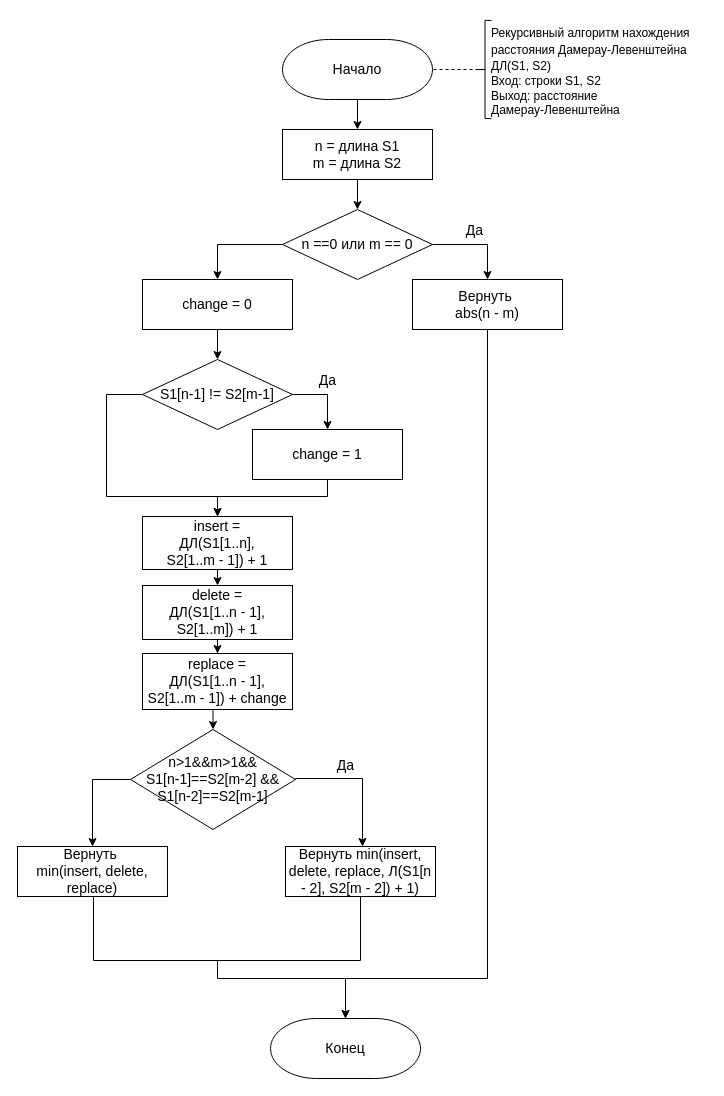
Earlier version of the draw.io diagram page "Д.-Л. Рекурсия" (2 of 5) of lab_01/docs/img/algoritms.drawio (Ananasiika/bmstu-aa). Source tidied: cells renumbered, new cells numbered last; positions are measured from the earlier drawing's top-left corner, leaving out a move shared by most shapes. Both pictures are drawn from the tidied source at 100%, with x=0, y=0 at pixel (17, 17).
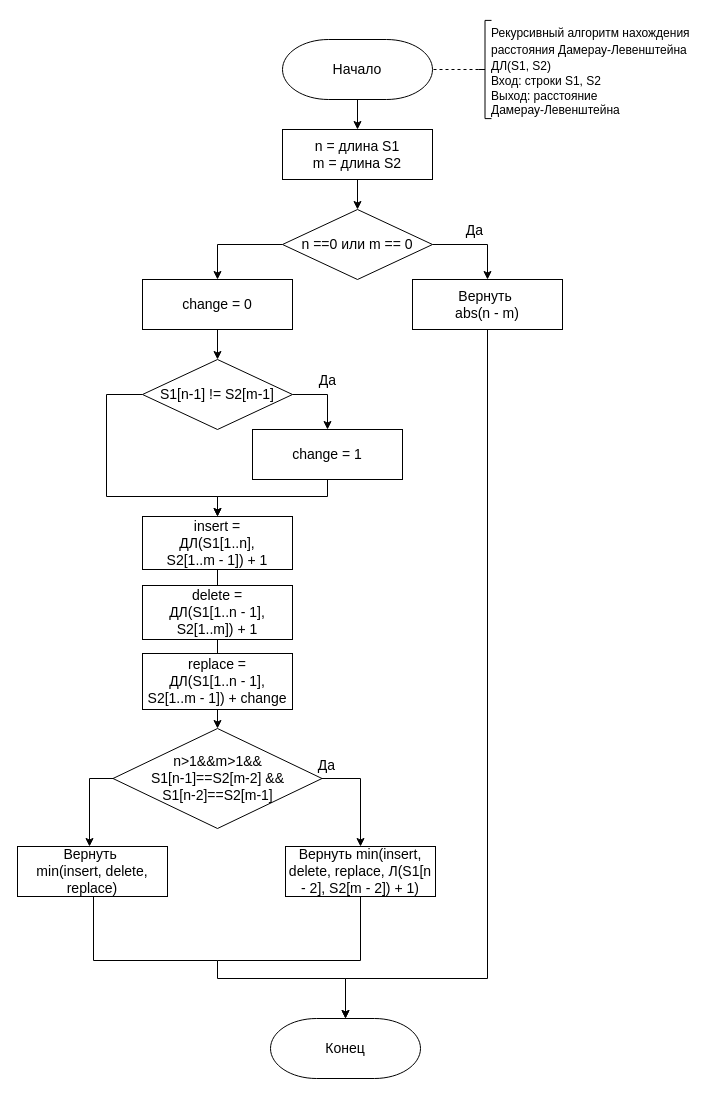
Above is the later version.

The change refers to these unchanged cells:
```xml
<mxCell id="25" value="&lt;font style=&quot;font-size: 14px;&quot;&gt;insert = &lt;br style=&quot;font-size: 14px;&quot;&gt;ДЛ(S1[1..n], &lt;br&gt;S2[1..m - 1]) + 1&lt;/font&gt;" style="rounded=0;whiteSpace=wrap;html=1;absoluteArcSize=1;arcSize=14;strokeWidth=1;fontSize=14;" parent="1" vertex="1">
  <mxGeometry x="125" y="499" width="150" height="53" as="geometry" />
</mxCell>
<mxCell id="27" value="&lt;font style=&quot;font-size: 14px;&quot;&gt;delete = &lt;br style=&quot;font-size: 14px;&quot;&gt;ДЛ(S1[1..n - 1], S2[1..m]) + 1&lt;/font&gt;" style="rounded=0;whiteSpace=wrap;html=1;absoluteArcSize=1;arcSize=14;strokeWidth=1;fontSize=14;" parent="1" vertex="1">
  <mxGeometry x="125" y="568" width="150" height="54" as="geometry" />
</mxCell>
<mxCell id="29" value="&lt;font style=&quot;font-size: 14px;&quot;&gt;replace = &lt;br style=&quot;font-size: 14px;&quot;&gt;ДЛ(S1[1..n - 1], &lt;br&gt;S2[1..m - 1]) + change&lt;/font&gt;" style="rounded=0;whiteSpace=wrap;html=1;absoluteArcSize=1;arcSize=14;strokeWidth=1;fontSize=14;" parent="1" vertex="1">
  <mxGeometry x="125" y="636" width="150" height="56" as="geometry" />
</mxCell>
<mxCell id="31" value="&lt;span style=&quot;font-size: 14px;&quot;&gt;Вернуть&amp;nbsp;&lt;br style=&quot;font-size: 14px;&quot;&gt;&lt;/span&gt;min(insert, delete, replace)" style="rounded=0;whiteSpace=wrap;html=1;absoluteArcSize=1;arcSize=14;strokeWidth=1;fontSize=14;" parent="1" vertex="1">
  <mxGeometry y="829" width="150" height="50" as="geometry" />
</mxCell>
```

Change to the diagram source:
```diff
@@
-    <mxCell id="20" style="edgeStyle=orthogonalEdgeStyle;rounded=0;jettySize=auto;html=1;exitX=0;exitY=0.5;exitDx=0;exitDy=0;fontSize=14;" parent="1" edge="1" source="23" target="31">
-      <mxGeometry relative="1" as="geometry" />
-    </mxCell>
@@
     <mxCell id="23" value="&lt;font style=&quot;font-size: 14px; line-height: 1.2;&quot;&gt;n&amp;gt;1&amp;amp;&amp;amp;m&amp;gt;1&amp;amp;&amp;amp;&lt;br style=&quot;&quot;&gt;S1[n-1]==S2[m-2] &amp;amp;&amp;amp;&lt;br style=&quot;&quot;&gt;S1[n-2]==S2[m-1]&lt;/font&gt;" style="rhombus;whiteSpace=wrap;html=1;strokeWidth=1;fontSize=14;" parent="1" vertex="1">
-      <mxGeometry x="113" y="712" width="165" height="100" as="geometry" />
+      <mxGeometry x="95.5" y="711" width="209" height="100" as="geometry" />
     </mxCell>
-    <mxCell id="24" style="edgeStyle=orthogonalEdgeStyle;rounded=0;jettySize=auto;html=1;exitX=0.5;exitY=1;exitDx=0;exitDy=0;entryX=0.5;entryY=0;entryDx=0;entryDy=0;fontSize=14;" parent="1" edge="1" source="25" target="27">
-      <mxGeometry relative="1" as="geometry" />
-    </mxCell>
@@
-    <mxCell id="26" style="edgeStyle=orthogonalEdgeStyle;rounded=0;jettySize=auto;html=1;entryX=0.5;entryY=0;entryDx=0;entryDy=0;fontSize=14;" parent="1" edge="1" source="27" target="29">
-      <mxGeometry relative="1" as="geometry" />
-    </mxCell>
@@
+    <mxCell id="39" style="endArrow=none;html=1;rounded=0;entryX=0.5;entryY=1;entryDx=0;entryDy=0;exitX=0.5;exitY=0;exitDx=0;exitDy=0;" parent="1" edge="1" source="27" target="25">
+      <mxGeometry relative="1" as="geometry" />
+    </mxCell>
+    <mxCell id="40" style="endArrow=none;html=1;rounded=0;entryX=0.5;entryY=1;entryDx=0;entryDy=0;" parent="1" edge="1" source="29" target="27">
+      <mxGeometry relative="1" as="geometry" />
+    </mxCell>
+    <mxCell id="20" style="edgeStyle=orthogonalEdgeStyle;rounded=0;jettySize=auto;html=1;exitX=0;exitY=0.5;exitDx=0;exitDy=0;entryX=0.48;entryY=0;entryDx=0;entryDy=0;entryPerimeter=0;" parent="1" edge="1" source="23" target="31">
+      <mxGeometry relative="1" as="geometry" />
+    </mxCell>
```
